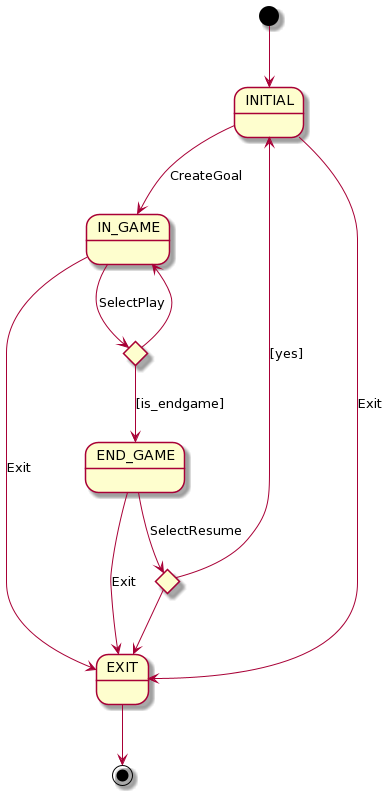
USantaTecla-game-backgammon/backgammon keeps this PlantUML diagram as rup/context/context.png. Above is the earlier version.
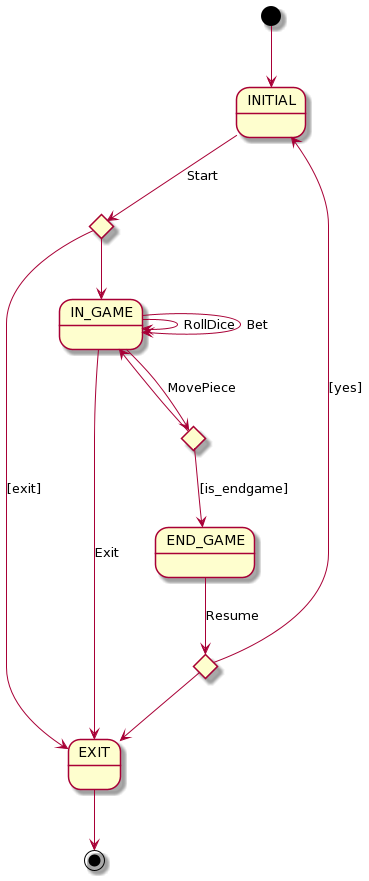
Later version of the same file.

Diff of the diagram source:
```diff
@@ -6,20 +6,23 @@
 
 state is_endgame <<choice>>
 state is_resume <<choice>>
+state exit_from_initial <<choice>>
 
 
 [*] --> INITIAL
-INITIAL --> IN_GAME: CreateGoal
-INITIAL --> EXIT: Exit
+INITIAL --> exit_from_initial: Start
+exit_from_initial --> IN_GAME
+exit_from_initial --> EXIT: [exit]
 
-IN_GAME --> is_endgame: SelectPlay
+IN_GAME --> IN_GAME : RollDice
+IN_GAME --> IN_GAME : Bet
+IN_GAME --> is_endgame: MovePiece
 IN_GAME --> EXIT: Exit
 is_endgame --> IN_GAME
 is_endgame --> END_GAME: [is_endgame]
 
 
-END_GAME --> is_resume: SelectResume
-END_GAME --> EXIT: Exit
+END_GAME --> is_resume: Resume
 
 is_resume --> INITIAL: [yes]
 is_resume --> EXIT
```
